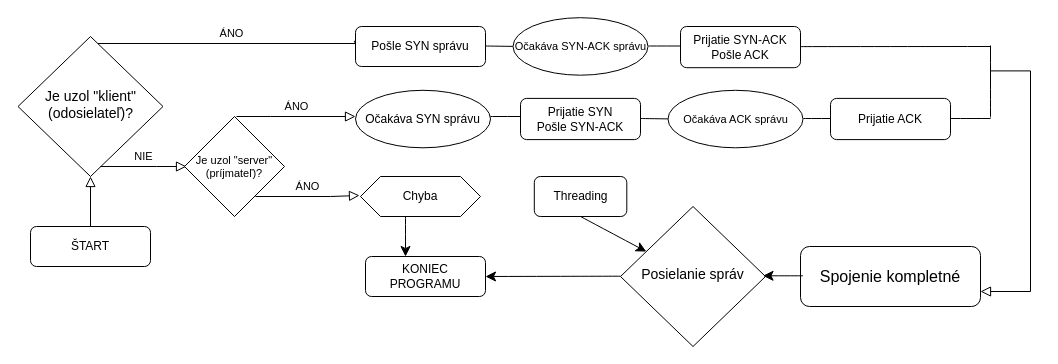
The draw.io diagram dia1.drawio in jfridrich1/PKS_UDP_kom, before the edit. Source tidied: cells renumbered, new cells numbered last; positions are measured from the earlier drawing's top-left corner, leaving out a move shared by most shapes. Both pictures are drawn from the tidied source at 100%, with x=0, y=0 at pixel (18, 17).
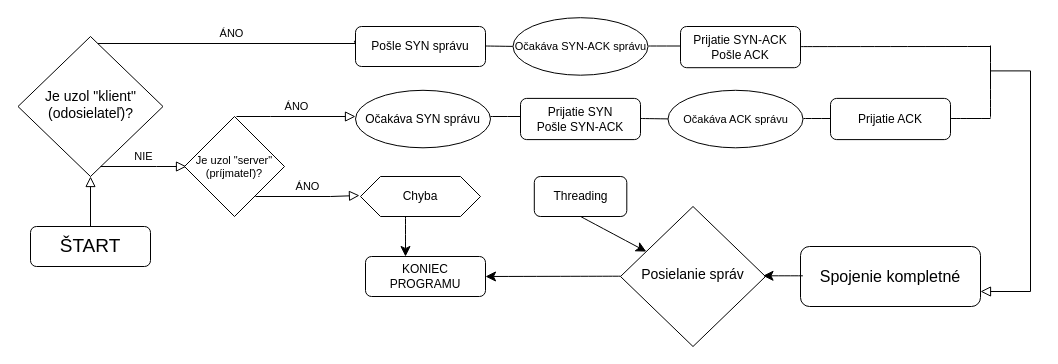
After the change.

Commit message (it also covers changes not shown here):
pridany input sever ip a port

Change to the diagram source:
```diff
@@
-    <mxCell id="4" value="ŠTART" style="rounded=1;whiteSpace=wrap;html=1;fontSize=12;glass=0;strokeWidth=1;shadow=0;" parent="1" vertex="1">
+    <mxCell id="4" value="ŠTART" style="rounded=1;whiteSpace=wrap;html=1;fontSize=19;glass=0;strokeWidth=1;shadow=0;" parent="1" vertex="1">
       <mxGeometry x="12" y="209" width="120" height="40" as="geometry" />
     </mxCell>
```
